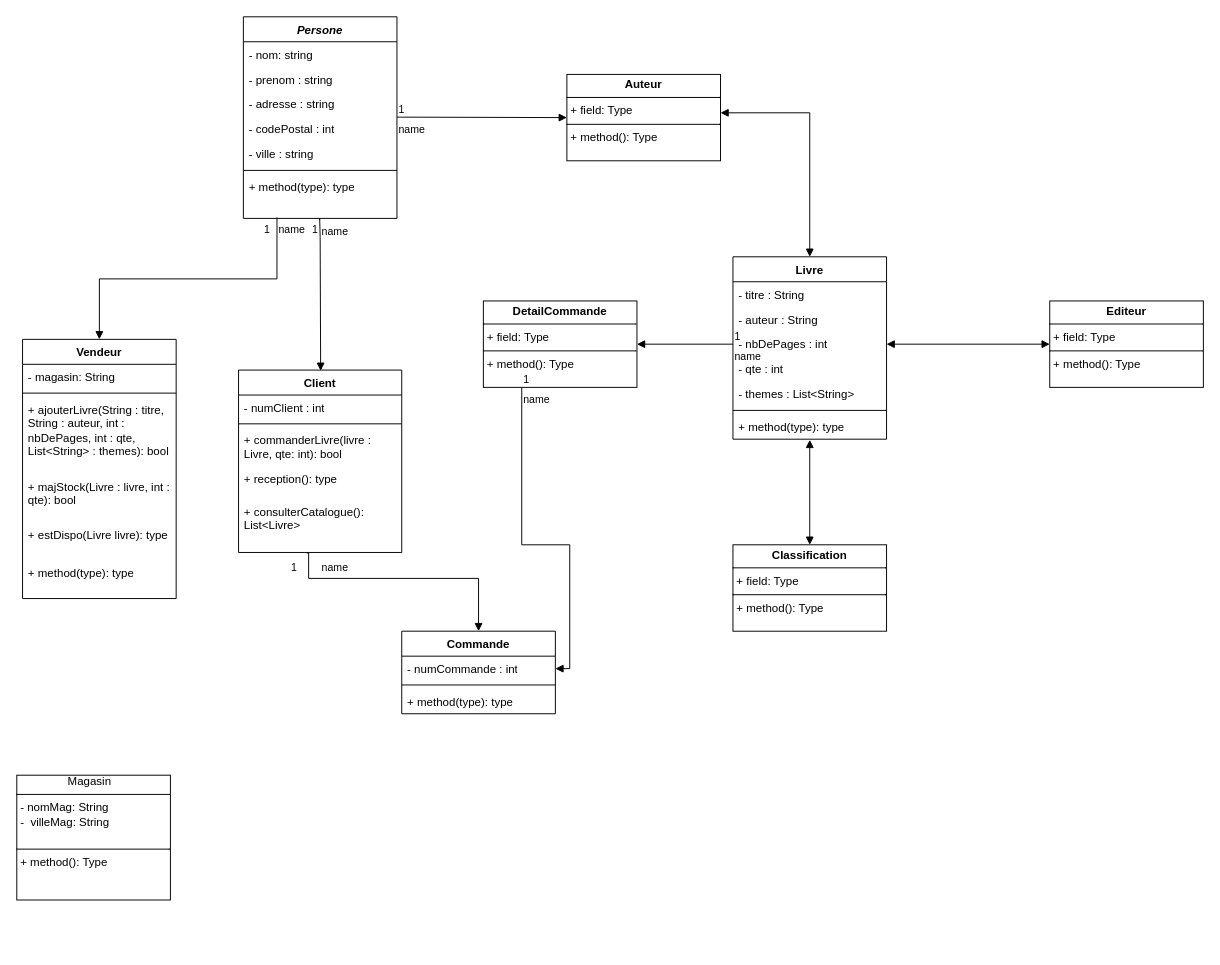
The draw.io diagram diagrammedeclasse.drawio in NolhanDolou/SAE_JAVA, before the edit. Source tidied: cells renumbered, new cells numbered last; positions are measured from the earlier drawing's top-left corner, leaving out a move shared by most shapes. Both pictures are drawn from the tidied source at 96%, with x=0, y=0 at pixel (16, 16).
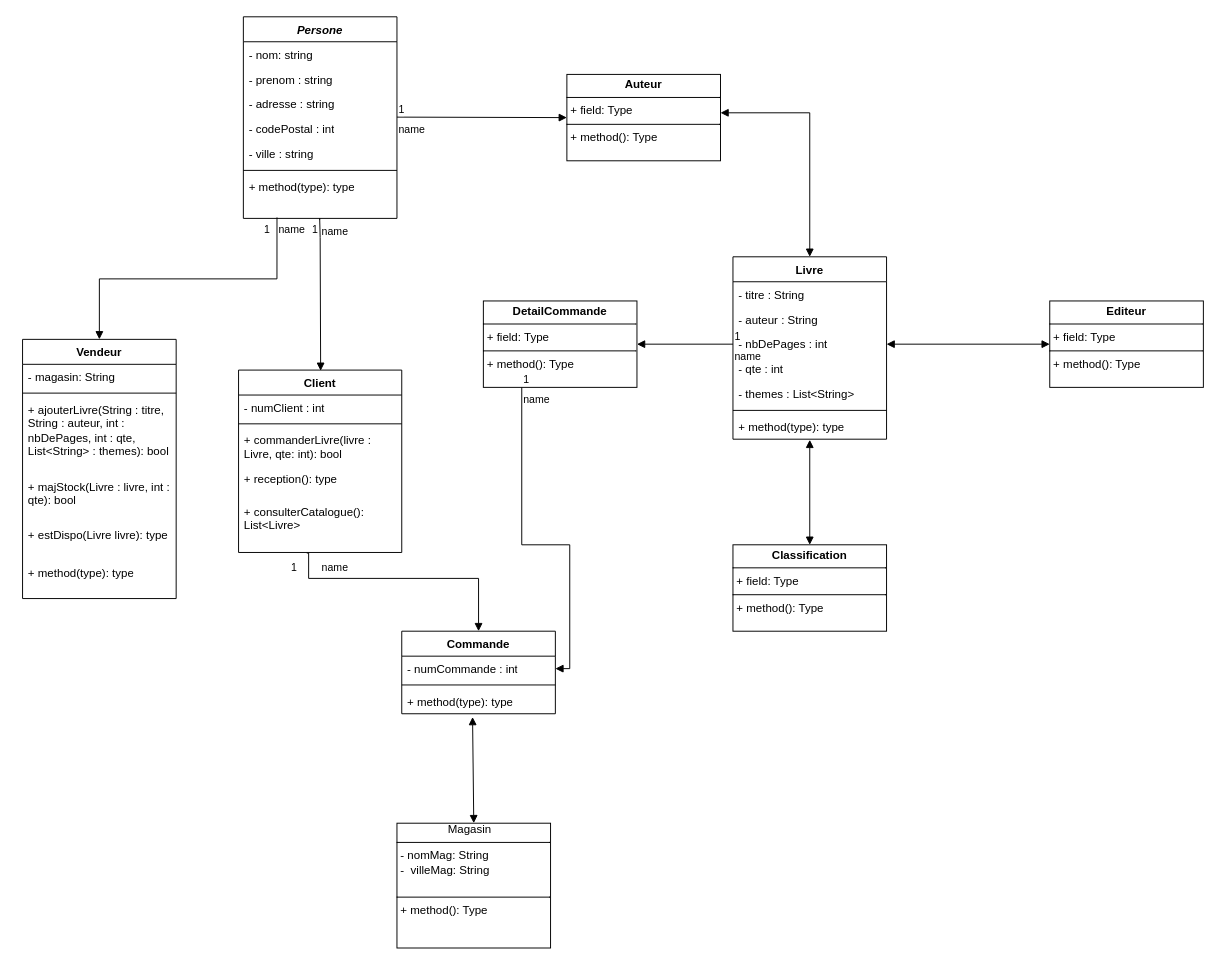
After the change.

Commit message:
ajout des dernières classes

The change refers to these unchanged cells:
```xml
<mxCell id="38" value="+ method(type): type" style="text;strokeColor=none;fillColor=none;align=left;verticalAlign=top;spacingLeft=4;spacingRight=4;overflow=hidden;points=[[0,0.5],[1,0.5]];portConstraint=eastwest;whiteSpace=wrap;html=1;" parent="35" vertex="1">
  <mxGeometry y="60" width="160" height="26" as="geometry" />
</mxCell>
```

The edit, as a diff of the source:
```diff
@@
     <mxCell id="41" value="&lt;div&gt;&lt;span style=&quot;white-space: pre;&quot;&gt;&#9;&lt;/span&gt;&lt;span style=&quot;white-space: pre;&quot;&gt;&#9;&lt;/span&gt;Magasin&lt;/div&gt;&lt;hr size=&quot;1&quot; style=&quot;border-style:solid;&quot;&gt;&lt;p style=&quot;margin:0px;margin-left:4px;&quot;&gt;- nomMag: String&lt;/p&gt;&lt;p style=&quot;margin:0px;margin-left:4px;&quot;&gt;-&amp;nbsp; villeMag: String&lt;/p&gt;&lt;p style=&quot;margin:0px;margin-left:4px;&quot;&gt;&lt;br&gt;&lt;/p&gt;&lt;hr size=&quot;1&quot; style=&quot;border-style:solid;&quot;&gt;&lt;p style=&quot;margin:0px;margin-left:4px;&quot;&gt;+ method(): Type&lt;/p&gt;" style="verticalAlign=top;align=left;overflow=fill;html=1;whiteSpace=wrap;" parent="1" vertex="1">
-      <mxGeometry y="790" width="160" height="130" as="geometry" />
+      <mxGeometry x="396" y="840" width="160" height="130" as="geometry" />
     </mxCell>
@@
+    <mxCell id="55" style="endArrow=block;startArrow=block;endFill=1;startFill=1;html=1;rounded=0;exitX=0.461;exitY=1.13;exitDx=0;exitDy=0;exitPerimeter=0;entryX=0.5;entryY=0;entryDx=0;entryDy=0;" parent="1" edge="1" source="38" target="41">
+      <mxGeometry relative="1" as="geometry" />
+    </mxCell>
```
